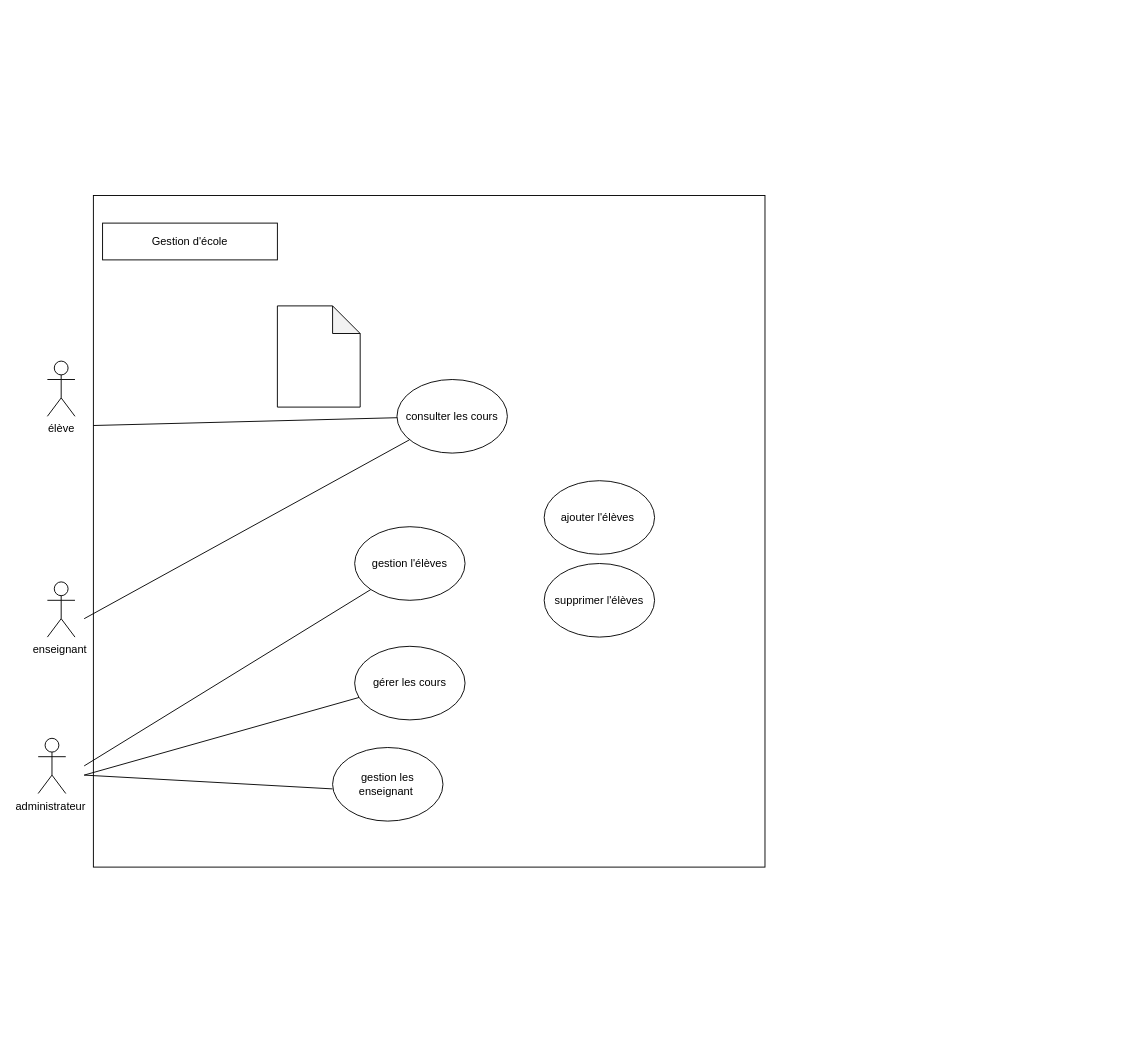
Before: diagramme cas d'utilisation.drawio in johandeschamps/gestion_ecole, a draw.io diagram. Source tidied: cells renumbered, new cells numbered last; positions are measured from the earlier drawing's top-left corner, leaving out a move shared by most shapes. Both pictures are drawn from the tidied source at 92%, with x=0, y=0 at pixel (38, 195).
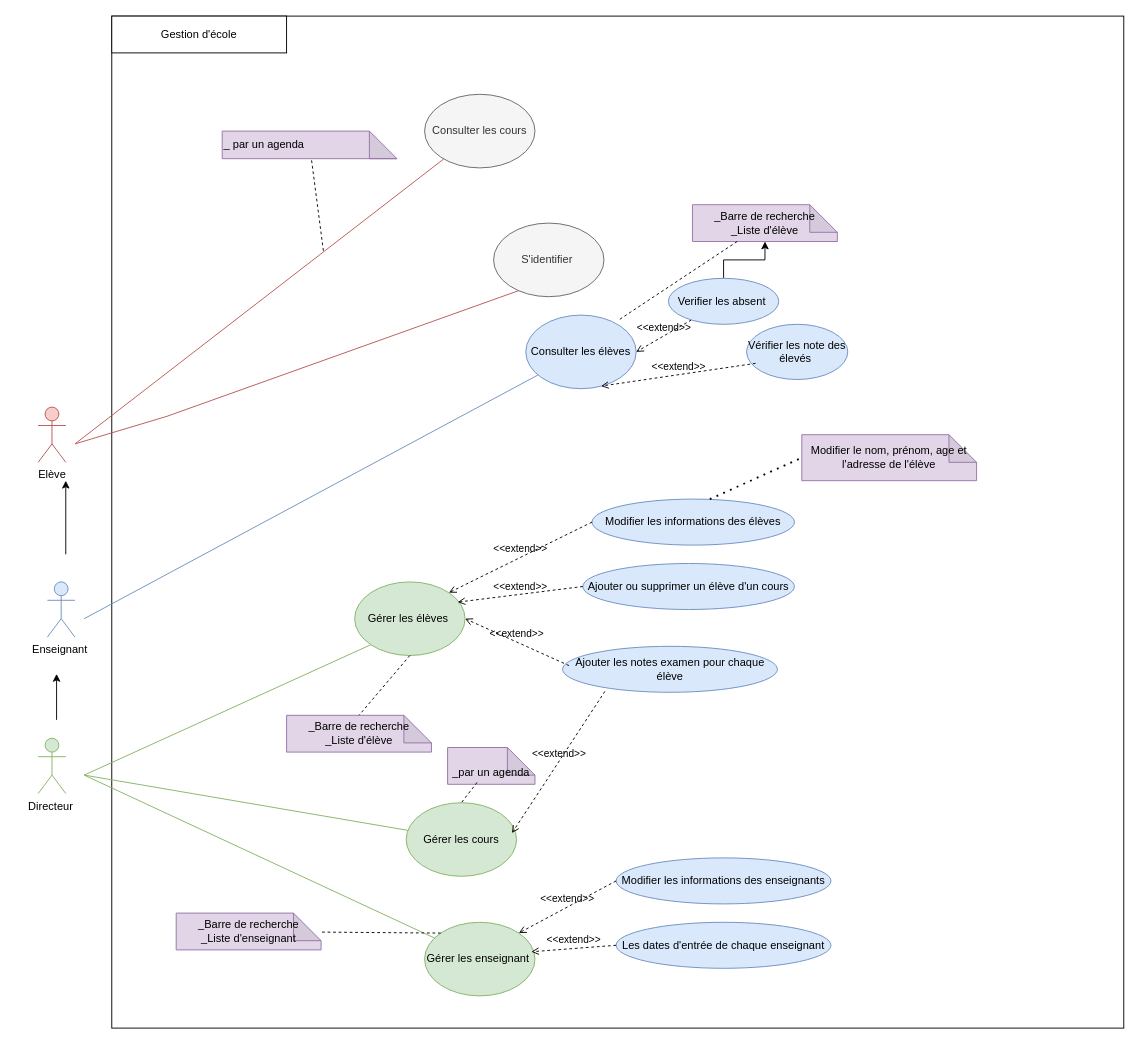
Above is the later version.

Commit message:
Mettre à jour diagramme cas d'utilisation.drawio

Change to the diagram source:
```diff
@@
-    <mxCell id="2" style="whiteSpace=wrap;html=1;" parent="1" vertex="1">
-      <mxGeometry x="60" width="730" height="730" as="geometry" />
+    <mxCell id="2" style="whiteSpace=wrap;html=1;horizontal=1;" parent="1" vertex="1">
+      <mxGeometry x="80" y="-195" width="1100" height="1100" as="geometry" />
     </mxCell>
     <mxCell id="3" value="Gestion d'école" style="rounded=0;whiteSpace=wrap;html=1;" parent="1" vertex="1">
-      <mxGeometry x="70" y="30" width="190" height="40" as="geometry" />
+      <mxGeometry x="80" y="-195" width="190" height="40" as="geometry" />
     </mxCell>
-    <mxCell id="4" value="élève" style="shape=umlActor;verticalLabelPosition=bottom;verticalAlign=top;html=1;" parent="1" vertex="1">
-      <mxGeometry x="10" y="180" width="30" height="60" as="geometry" />
+    <mxCell id="4" value="Elève" style="shape=umlActor;verticalLabelPosition=bottom;verticalAlign=top;html=1;fillColor=#f8cecc;strokeColor=#b85450;" parent="1" vertex="1">
+      <mxGeometry y="230" width="30" height="60" as="geometry" />
     </mxCell>
-    <mxCell id="5" value="enseignant&amp;nbsp;" style="shape=umlActor;verticalLabelPosition=bottom;verticalAlign=top;html=1;" parent="1" vertex="1">
+    <mxCell id="5" value="Enseignant&amp;nbsp;" style="shape=umlActor;verticalLabelPosition=bottom;verticalAlign=top;html=1;fillColor=#dae8fc;strokeColor=#6c8ebf;" parent="1" vertex="1">
       <mxGeometry x="10" y="420" width="30" height="60" as="geometry" />
     </mxCell>
-    <mxCell id="6" value="administrateur&amp;nbsp;" style="shape=umlActor;verticalLabelPosition=bottom;verticalAlign=top;html=1;" parent="1" vertex="1">
+    <mxCell id="6" value="Directeur&amp;nbsp;" style="shape=umlActor;verticalLabelPosition=bottom;verticalAlign=top;html=1;fillColor=#d5e8d4;strokeColor=#82b366;" parent="1" vertex="1">
       <mxGeometry y="590" width="30" height="60" as="geometry" />
     </mxCell>
-    <mxCell id="7" value="consulter les cours" style="ellipse;whiteSpace=wrap;html=1;" parent="1" vertex="1">
-      <mxGeometry x="390" y="200" width="120" height="80" as="geometry" />
+    <mxCell id="7" value="Consulter les cours" style="ellipse;whiteSpace=wrap;html=1;fillColor=#f5f5f5;strokeColor=#666666;fontColor=#333333;" parent="1" vertex="1">
+      <mxGeometry x="420" y="-110" width="120" height="80" as="geometry" />
     </mxCell>
-    <mxCell id="8" value="gérer les cours" style="ellipse;whiteSpace=wrap;html=1;" parent="1" vertex="1">
-      <mxGeometry x="344" y="490" width="120" height="80" as="geometry" />
+    <mxCell id="8" value="Gérer les cours" style="ellipse;whiteSpace=wrap;html=1;fillColor=#d5e8d4;strokeColor=#82b366;" parent="1" vertex="1">
+      <mxGeometry x="400" y="660" width="120" height="80" as="geometry" />
     </mxCell>
-    <mxCell id="9" style="endArrow=none;html=1;rounded=0;" parent="1" edge="1" target="7">
+    <mxCell id="9" style="endArrow=none;html=1;rounded=0;fillColor=#f8cecc;strokeColor=#b85450;" parent="1" edge="1" target="7">
       <mxGeometry relative="1" as="geometry">
-        <mxPoint x="60" y="250" as="sourcePoint" />
+        <mxPoint x="40" y="270" as="sourcePoint" />
       </mxGeometry>
     </mxCell>
-    <mxCell id="10" style="endArrow=none;html=1;rounded=0;" parent="1" edge="1" target="7">
-      <mxGeometry relative="1" as="geometry">
-        <mxPoint x="50" y="460" as="sourcePoint" />
-      </mxGeometry>
-    </mxCell>
-    <mxCell id="11" style="endArrow=none;html=1;rounded=0;" parent="1" edge="1" source="8">
+    <mxCell id="11" style="endArrow=none;html=1;rounded=0;fillColor=#d5e8d4;strokeColor=#82b366;" parent="1" edge="1" source="8">
       <mxGeometry relative="1" as="geometry">
         <mxPoint x="50" y="630" as="targetPoint" />
       </mxGeometry>
     </mxCell>
-    <mxCell id="12" style="shape=note;whiteSpace=wrap;html=1;backgroundOutline=1;darkOpacity=0.05;" parent="1" vertex="1">
-      <mxGeometry x="260" y="120" width="90" height="110" as="geometry" />
-    </mxCell>
-    <mxCell id="13" style="endArrow=none;html=1;rounded=0;exitX=0;exitY=0.5;exitDx=0;exitDy=0;" parent="1" edge="1">
+    <mxCell id="13" style="endArrow=none;html=1;rounded=0;fillColor=#d5e8d4;strokeColor=#82b366;" parent="1" edge="1" source="15">
       <mxGeometry relative="1" as="geometry">
-        <mxPoint x="320" y="645" as="sourcePoint" />
         <mxPoint x="50" y="630" as="targetPoint" />
       </mxGeometry>
     </mxCell>
-    <mxCell id="14" value="gestion l'élèves" style="ellipse;whiteSpace=wrap;html=1;" parent="1" vertex="1">
-      <mxGeometry x="344" y="360" width="120" height="80" as="geometry" />
+    <mxCell id="14" value="Gérer les élèves&amp;nbsp;" style="ellipse;whiteSpace=wrap;html=1;fillColor=#d5e8d4;strokeColor=#82b366;" parent="1" vertex="1">
+      <mxGeometry x="344" y="420" width="120" height="80" as="geometry" />
     </mxCell>
-    <mxCell id="15" value="gestion les enseignant&amp;nbsp;" style="ellipse;whiteSpace=wrap;html=1;" parent="1" vertex="1">
-      <mxGeometry x="320" y="600" width="120" height="80" as="geometry" />
+    <mxCell id="15" value="Gérer les enseignant&amp;nbsp;" style="ellipse;whiteSpace=wrap;html=1;fillColor=#d5e8d4;strokeColor=#82b366;" parent="1" vertex="1">
+      <mxGeometry x="420" y="790" width="120" height="80" as="geometry" />
     </mxCell>
-    <mxCell id="16" style="endArrow=none;html=1;rounded=0;entryX=0;entryY=1;entryDx=0;entryDy=0;" parent="1" edge="1" target="14">
+    <mxCell id="16" style="endArrow=none;html=1;rounded=0;entryX=0;entryY=1;entryDx=0;entryDy=0;fillColor=#d5e8d4;strokeColor=#82b366;" parent="1" edge="1" target="14">
       <mxGeometry relative="1" as="geometry">
-        <mxPoint x="50" y="620" as="sourcePoint" />
+        <mxPoint x="50" y="630" as="sourcePoint" />
       </mxGeometry>
     </mxCell>
-    <mxCell id="17" value="ajouter l'élèves&amp;nbsp;" style="ellipse;whiteSpace=wrap;html=1;" parent="1" vertex="1">
-      <mxGeometry x="550" y="310" width="120" height="80" as="geometry" />
-    </mxCell>
-    <mxCell id="18" value="supprimer l'élèves" style="ellipse;whiteSpace=wrap;html=1;" parent="1" vertex="1">
-      <mxGeometry x="550" y="400" width="120" height="80" as="geometry" />
-    </mxCell>
+    <mxCell id="19" value="_ par un agenda" style="shape=note;whiteSpace=wrap;html=1;backgroundOutline=1;darkOpacity=0.05;fillColor=#e1d5e7;strokeColor=#9673a6;align=left;" parent="1" vertex="1">
+      <mxGeometry x="200" y="-70" width="190" height="30" as="geometry" />
+    </mxCell>
+    <mxCell id="20" style="endArrow=none;dashed=1;html=1;rounded=0;" parent="1" edge="1" target="19">
+      <mxGeometry relative="1" as="geometry">
+        <mxPoint x="310" y="60" as="sourcePoint" />
+      </mxGeometry>
+    </mxCell>
+    <mxCell id="21" value="Consulter les élèves" style="ellipse;whiteSpace=wrap;html=1;fillColor=#dae8fc;strokeColor=#6c8ebf;" parent="1" vertex="1">
+      <mxGeometry x="530" y="130" width="120" height="80" as="geometry" />
+    </mxCell>
+    <mxCell id="22" style="endArrow=none;html=1;rounded=0;fillColor=#dae8fc;strokeColor=#6c8ebf;" parent="1" edge="1" target="21">
+      <mxGeometry relative="1" as="geometry">
+        <mxPoint x="50" y="460" as="sourcePoint" />
+      </mxGeometry>
+    </mxCell>
+    <mxCell id="23" value="S'identifier&amp;nbsp;" style="ellipse;whiteSpace=wrap;html=1;fillColor=#f5f5f5;fontColor=#333333;strokeColor=#666666;" parent="1" vertex="1">
+      <mxGeometry x="495" y="30" width="120" height="80" as="geometry" />
+    </mxCell>
+    <mxCell id="24" style="endArrow=none;html=1;rounded=0;entryX=0.225;entryY=0.919;entryDx=0;entryDy=0;entryPerimeter=0;fillColor=#f8cecc;strokeColor=#b85450;" parent="1" edge="1" target="23">
+      <mxGeometry relative="1" as="geometry">
+        <mxPoint x="40" y="270" as="sourcePoint" />
+        <Array as="points">
+          <mxPoint x="140" y="240" />
+        </Array>
+      </mxGeometry>
+    </mxCell>
+    <mxCell id="25" value="&amp;lt;&amp;lt;extend&amp;gt;&amp;gt;" style="html=1;verticalAlign=bottom;labelBackgroundColor=none;endArrow=open;endFill=0;dashed=1;rounded=0;entryX=1;entryY=0.5;entryDx=0;entryDy=0;" parent="1" edge="1" source="27" target="21">
+      <mxGeometry relative="1" as="geometry" />
+    </mxCell>
+    <mxCell id="26" style="edgeStyle=orthogonalEdgeStyle;rounded=0;jettySize=auto;html=1;" parent="1" edge="1" source="27" target="43">
+      <mxGeometry relative="1" as="geometry" />
+    </mxCell>
+    <mxCell id="27" value="Verifier les absent&amp;nbsp;" style="ellipse;whiteSpace=wrap;html=1;fillColor=#dae8fc;strokeColor=#6c8ebf;" parent="1" vertex="1">
+      <mxGeometry x="685" y="90" width="120" height="50" as="geometry" />
+    </mxCell>
+    <mxCell id="28" value="Vérifier les note des élevés&amp;nbsp;" style="ellipse;whiteSpace=wrap;html=1;fillColor=#dae8fc;strokeColor=#6c8ebf;" parent="1" vertex="1">
+      <mxGeometry x="770" y="140" width="110" height="60" as="geometry" />
+    </mxCell>
+    <mxCell id="29" value="&amp;lt;&amp;lt;extend&amp;gt;&amp;gt;" style="html=1;verticalAlign=bottom;labelBackgroundColor=none;endArrow=open;endFill=0;dashed=1;rounded=0;exitX=0.089;exitY=0.707;exitDx=0;exitDy=0;exitPerimeter=0;entryX=0.682;entryY=0.965;entryDx=0;entryDy=0;entryPerimeter=0;" parent="1" edge="1" source="28" target="21">
+      <mxGeometry relative="1" as="geometry" />
+    </mxCell>
+    <mxCell id="30" value="Modifier les informations des élèves" style="ellipse;whiteSpace=wrap;html=1;fillColor=#dae8fc;strokeColor=#6c8ebf;" parent="1" vertex="1">
+      <mxGeometry x="602" y="330" width="220" height="50" as="geometry" />
+    </mxCell>
+    <mxCell id="31" value="Ajouter ou supprimer un élève d'un cours" style="ellipse;whiteSpace=wrap;html=1;fillColor=#dae8fc;strokeColor=#6c8ebf;" parent="1" vertex="1">
+      <mxGeometry x="592" y="400" width="230" height="50" as="geometry" />
+    </mxCell>
+    <mxCell id="32" value="&lt;span style=&quot;text-align: left;&quot;&gt;Ajouter les notes examen pour chaque élève&lt;/span&gt;" style="ellipse;whiteSpace=wrap;html=1;fillColor=#dae8fc;strokeColor=#6c8ebf;" parent="1" vertex="1">
+      <mxGeometry x="570" y="490" width="233.5" height="50" as="geometry" />
+    </mxCell>
+    <mxCell id="33" value="&amp;lt;&amp;lt;extend&amp;gt;&amp;gt;" style="html=1;verticalAlign=bottom;labelBackgroundColor=none;endArrow=open;endFill=0;dashed=1;rounded=0;exitX=0;exitY=0.5;exitDx=0;exitDy=0;entryX=1;entryY=0;entryDx=0;entryDy=0;" parent="1" edge="1" source="30" target="14">
+      <mxGeometry relative="1" as="geometry" />
+    </mxCell>
+    <mxCell id="34" value="&amp;lt;&amp;lt;extend&amp;gt;&amp;gt;" style="html=1;verticalAlign=bottom;labelBackgroundColor=none;endArrow=open;endFill=0;dashed=1;rounded=0;exitX=0;exitY=0.5;exitDx=0;exitDy=0;entryX=1;entryY=0;entryDx=0;entryDy=0;" parent="1" edge="1" source="31">
+      <mxGeometry relative="1" as="geometry">
+        <mxPoint x="456" y="442" as="targetPoint" />
+      </mxGeometry>
+    </mxCell>
+    <mxCell id="35" value="&amp;lt;&amp;lt;extend&amp;gt;&amp;gt;" style="html=1;verticalAlign=bottom;labelBackgroundColor=none;endArrow=open;endFill=0;dashed=1;rounded=0;exitX=0.03;exitY=0.42;exitDx=0;exitDy=0;exitPerimeter=0;entryX=1;entryY=0.5;entryDx=0;entryDy=0;" parent="1" edge="1" source="32" target="14">
+      <mxGeometry relative="1" as="geometry" />
+    </mxCell>
+    <mxCell id="36" value="&amp;nbsp;&lt;div&gt;_par un agenda&lt;/div&gt;" style="shape=note;whiteSpace=wrap;html=1;backgroundOutline=1;darkOpacity=0.05;fillColor=#e1d5e7;strokeColor=#9673a6;" parent="1" vertex="1">
+      <mxGeometry x="445" y="600" width="95" height="40" as="geometry" />
+    </mxCell>
+    <mxCell id="37" value="&amp;lt;&amp;lt;extend&amp;gt;&amp;gt;" style="html=1;verticalAlign=bottom;labelBackgroundColor=none;endArrow=open;endFill=0;dashed=1;rounded=0;exitX=0.197;exitY=0.98;exitDx=0;exitDy=0;exitPerimeter=0;entryX=0.958;entryY=0.413;entryDx=0;entryDy=0;entryPerimeter=0;" parent="1" edge="1" source="32" target="8">
+      <mxGeometry relative="1" as="geometry" />
+    </mxCell>
+    <mxCell id="38" style="endArrow=none;dashed=1;html=1;rounded=0;exitX=0.337;exitY=0.95;exitDx=0;exitDy=0;exitPerimeter=0;entryX=0.5;entryY=0;entryDx=0;entryDy=0;" parent="1" edge="1" source="36" target="8">
+      <mxGeometry relative="1" as="geometry" />
+    </mxCell>
+    <mxCell id="39" value="&lt;span style=&quot;text-align: left;&quot;&gt;Modifier les informations des enseignants&lt;/span&gt;" style="ellipse;whiteSpace=wrap;html=1;fillColor=#dae8fc;strokeColor=#6c8ebf;" parent="1" vertex="1">
+      <mxGeometry x="628.2" y="720" width="233.5" height="50" as="geometry" />
+    </mxCell>
+    <mxCell id="40" value="&lt;span style=&quot;text-align: left;&quot;&gt;Les dates d'entrée de chaque enseignant&lt;/span&gt;" style="ellipse;whiteSpace=wrap;html=1;fillColor=#dae8fc;strokeColor=#6c8ebf;" parent="1" vertex="1">
+      <mxGeometry x="628.2" y="790" width="233.5" height="50" as="geometry" />
+    </mxCell>
+    <mxCell id="41" value="&amp;lt;&amp;lt;extend&amp;gt;&amp;gt;" style="html=1;verticalAlign=bottom;labelBackgroundColor=none;endArrow=open;endFill=0;dashed=1;rounded=0;exitX=0;exitY=0.5;exitDx=0;exitDy=0;entryX=1;entryY=0;entryDx=0;entryDy=0;" parent="1" edge="1" source="39" target="15">
+      <mxGeometry relative="1" as="geometry" />
+    </mxCell>
+    <mxCell id="42" value="&amp;lt;&amp;lt;extend&amp;gt;&amp;gt;" style="html=1;verticalAlign=bottom;labelBackgroundColor=none;endArrow=open;endFill=0;dashed=1;rounded=0;exitX=0;exitY=0.5;exitDx=0;exitDy=0;entryX=0.967;entryY=0.4;entryDx=0;entryDy=0;entryPerimeter=0;" parent="1" edge="1" source="40" target="15">
+      <mxGeometry relative="1" as="geometry" />
+    </mxCell>
+    <mxCell id="43" value="_Barre de recherche&lt;br&gt;&lt;span style=&quot;background-color: initial;&quot;&gt;_Liste d'élève&lt;/span&gt;" style="shape=note;whiteSpace=wrap;html=1;backgroundOutline=1;darkOpacity=0.05;fillColor=#e1d5e7;strokeColor=#9673a6;" parent="1" vertex="1">
+      <mxGeometry x="711.2" y="10" width="157.5" height="40" as="geometry" />
+    </mxCell>
+    <mxCell id="44" value="_Barre de recherche&lt;br&gt;&lt;span style=&quot;background-color: initial;&quot;&gt;_Liste d'élève&lt;/span&gt;" style="shape=note;whiteSpace=wrap;html=1;backgroundOutline=1;darkOpacity=0.05;fillColor=#e1d5e7;strokeColor=#9673a6;" parent="1" vertex="1">
+      <mxGeometry x="270" y="565" width="157.5" height="40" as="geometry" />
+    </mxCell>
+    <mxCell id="45" style="endArrow=none;dashed=1;html=1;rounded=0;entryX=0.833;entryY=0.075;entryDx=0;entryDy=0;entryPerimeter=0;" parent="1" edge="1" source="43" target="21">
+      <mxGeometry relative="1" as="geometry" />
+    </mxCell>
+    <mxCell id="46" value="_Barre de recherche&lt;br&gt;&lt;span style=&quot;background-color: initial;&quot;&gt;_Liste d'enseignant&lt;/span&gt;" style="shape=note;whiteSpace=wrap;html=1;backgroundOutline=1;darkOpacity=0.05;fillColor=#e1d5e7;strokeColor=#9673a6;" parent="1" vertex="1">
+      <mxGeometry x="150" y="780" width="157.5" height="40" as="geometry" />
+    </mxCell>
+    <mxCell id="47" style="endArrow=none;dashed=1;html=1;rounded=0;entryX=0.5;entryY=0;entryDx=0;entryDy=0;entryPerimeter=0;" parent="1" edge="1" target="44">
+      <mxGeometry relative="1" as="geometry">
+        <mxPoint x="404" y="500" as="sourcePoint" />
+      </mxGeometry>
+    </mxCell>
+    <mxCell id="48" style="endArrow=none;dashed=1;html=1;rounded=0;exitX=0;exitY=0;exitDx=0;exitDy=0;" parent="1" edge="1" source="15" target="46">
+      <mxGeometry relative="1" as="geometry" />
+    </mxCell>
+    <mxCell id="49" style="endArrow=classic;html=1;rounded=0;" parent="1" edge="1">
+      <mxGeometry relative="1" as="geometry">
+        <mxPoint x="30" y="390" as="sourcePoint" />
+        <mxPoint x="30" y="310" as="targetPoint" />
+      </mxGeometry>
+    </mxCell>
+    <mxCell id="50" style="endArrow=classic;html=1;rounded=0;" parent="1" edge="1">
+      <mxGeometry relative="1" as="geometry">
+        <mxPoint x="20" y="570" as="sourcePoint" />
+        <mxPoint x="20" y="520" as="targetPoint" />
+      </mxGeometry>
+    </mxCell>
+    <mxCell id="51" value="Modifier le nom, prénom, age et l'adresse de l'élève" style="shape=note;whiteSpace=wrap;html=1;backgroundOutline=1;darkOpacity=0.05;fillColor=#e1d5e7;strokeColor=#9673a6;" parent="1" vertex="1">
+      <mxGeometry x="830" y="260" width="190" height="50" as="geometry" />
+    </mxCell>
+    <mxCell id="52" style="endArrow=none;dashed=1;html=1;dashPattern=1 3;strokeWidth=2;rounded=0;entryX=0;entryY=0.5;entryDx=0;entryDy=0;entryPerimeter=0;exitX=0.582;exitY=0;exitDx=0;exitDy=0;exitPerimeter=0;" parent="1" edge="1" source="30" target="51">
+      <mxGeometry relative="1" as="geometry" />
+    </mxCell>
```
